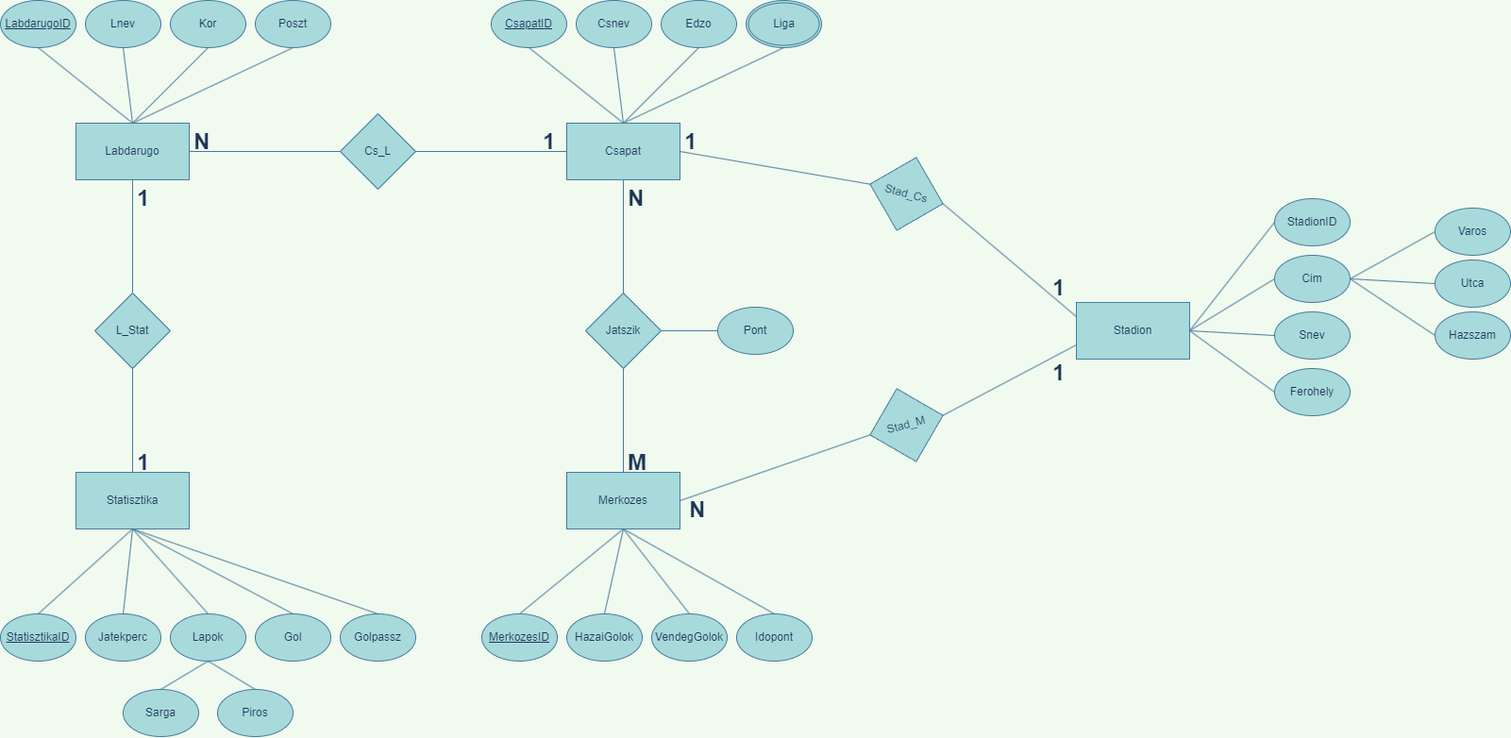
Fbencee/TP0M8Y_XMLGYak keeps this draw.io diagram as XMLTaskTP0M8Y/ERTP0M8Y.png. Above is the earlier version. Source tidied: cells renumbered, new cells last; positions are measured from the earlier drawing's top-left corner, leaving out a move shared by most shapes.
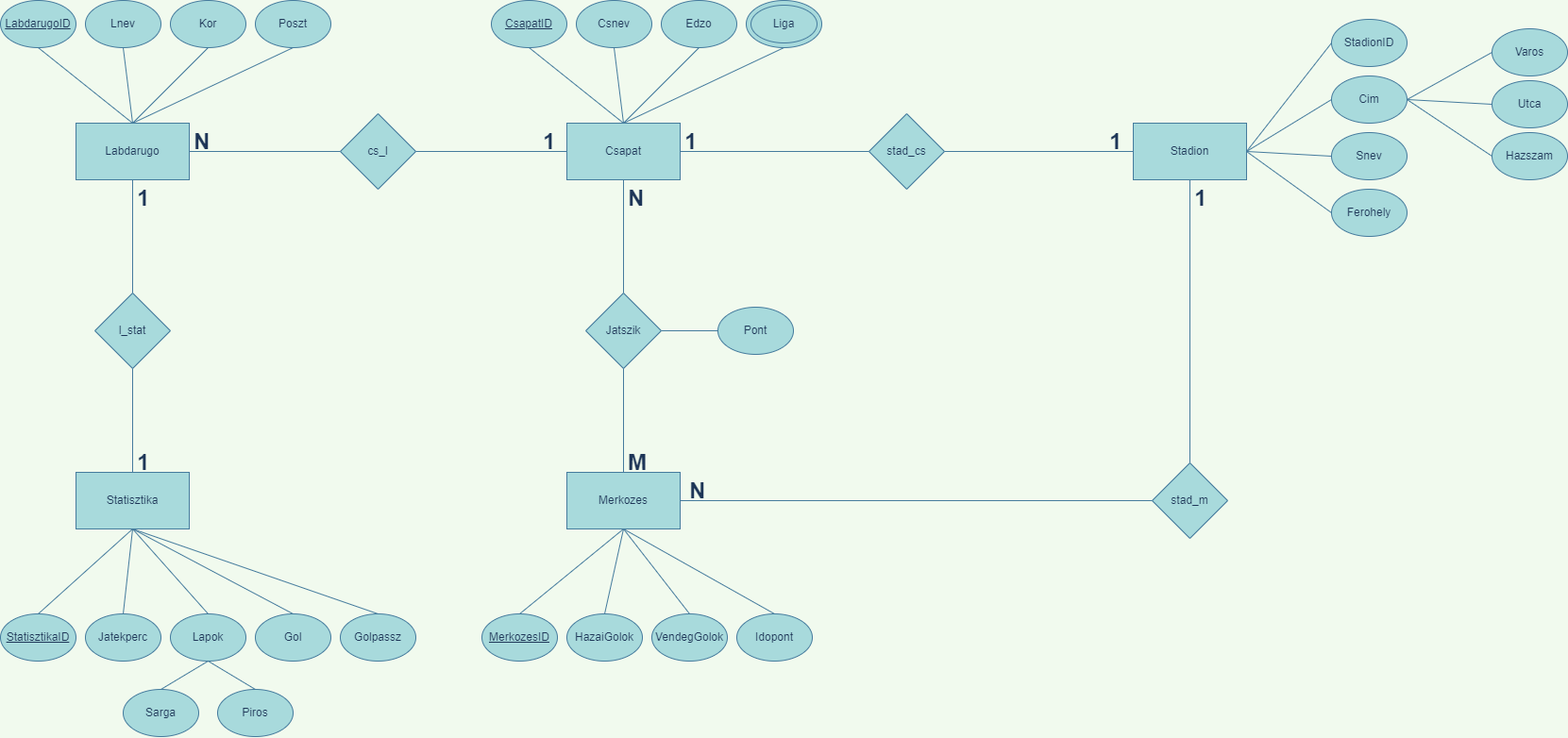
Above is the later version.

The edit, as a diff of the source:
```diff
@@ -8,7 +8,7 @@
     <mxCell id="3" value="Statisztika" style="rounded=0;whiteSpace=wrap;html=1;fillColor=#A8DADC;strokeColor=#457B9D;fontColor=#1D3557;" parent="1" vertex="1">
       <mxGeometry x="80" y="500" width="120" height="60" as="geometry" />
     </mxCell>
-    <mxCell id="4" value="L_Stat" style="rhombus;whiteSpace=wrap;html=1;fillColor=#A8DADC;strokeColor=#457B9D;fontColor=#1D3557;" parent="1" vertex="1">
+    <mxCell id="4" value="l_stat" style="rhombus;whiteSpace=wrap;html=1;fillColor=#A8DADC;strokeColor=#457B9D;fontColor=#1D3557;" parent="1" vertex="1">
       <mxGeometry x="100" y="310" width="80" height="80" as="geometry" />
     </mxCell>
     <mxCell id="5" style="endArrow=none;html=1;rounded=0;exitX=0.5;exitY=0;exitDx=0;exitDy=0;entryX=0.5;entryY=1;entryDx=0;entryDy=0;labelBackgroundColor=#F1FAEE;strokeColor=#457B9D;fontColor=#1D3557;" parent="1" edge="1" source="3" target="4">
@@ -89,7 +89,7 @@
     <mxCell id="30" style="endArrow=none;html=1;rounded=0;entryX=0.5;entryY=1;entryDx=0;entryDy=0;exitX=0.5;exitY=0;exitDx=0;exitDy=0;labelBackgroundColor=#F1FAEE;strokeColor=#457B9D;fontColor=#1D3557;" parent="1" edge="1" source="2" target="26">
       <mxGeometry relative="1" as="geometry" />
     </mxCell>
-    <mxCell id="31" value="Cs_L" style="rhombus;whiteSpace=wrap;html=1;fillColor=#A8DADC;strokeColor=#457B9D;fontColor=#1D3557;" parent="1" vertex="1">
+    <mxCell id="31" value="cs_l" style="rhombus;whiteSpace=wrap;html=1;fillColor=#A8DADC;strokeColor=#457B9D;fontColor=#1D3557;" parent="1" vertex="1">
       <mxGeometry x="360" y="120" width="80" height="80" as="geometry" />
     </mxCell>
     <mxCell id="32" style="endArrow=none;html=1;rounded=0;exitX=1;exitY=0.5;exitDx=0;exitDy=0;entryX=0;entryY=0.5;entryDx=0;entryDy=0;labelBackgroundColor=#F1FAEE;strokeColor=#457B9D;fontColor=#1D3557;" parent="1" edge="1" source="2" target="31">
@@ -116,9 +116,12 @@
     <mxCell id="39" value="Edzo" style="ellipse;whiteSpace=wrap;html=1;fontStyle=0;fillColor=#A8DADC;strokeColor=#457B9D;fontColor=#1D3557;" parent="1" vertex="1">
       <mxGeometry x="700" width="80" height="50" as="geometry" />
     </mxCell>
-    <mxCell id="40" value="Bajnoksag" style="ellipse;whiteSpace=wrap;html=1;fontStyle=0;fillColor=#A8DADC;strokeColor=#457B9D;fontColor=#1D3557;" parent="1" vertex="1">
+    <mxCell id="40" value="Liga" style="ellipse;whiteSpace=wrap;html=1;fontStyle=0;fillColor=#A8DADC;strokeColor=#457B9D;fontColor=#1D3557;" parent="1" vertex="1">
       <mxGeometry x="790" width="80" height="50" as="geometry" />
     </mxCell>
+    <mxCell id="86" value="Liga" style="ellipse;whiteSpace=wrap;html=1;fontStyle=0;fillColor=#A8DADC;strokeColor=#457B9D;fontColor=#1D3557;" parent="1" vertex="1">
+      <mxGeometry x="795" y="5" width="70" height="40" as="geometry" />
+    </mxCell>
     <mxCell id="41" style="endArrow=none;html=1;rounded=0;entryX=0.5;entryY=1;entryDx=0;entryDy=0;exitX=0.5;exitY=0;exitDx=0;exitDy=0;labelBackgroundColor=#F1FAEE;strokeColor=#457B9D;fontColor=#1D3557;" parent="1" edge="1" source="34" target="37">
       <mxGeometry relative="1" as="geometry" />
     </mxCell>
@@ -179,47 +182,47 @@
     <mxCell id="60" style="endArrow=none;html=1;rounded=0;entryX=0.5;entryY=1;entryDx=0;entryDy=0;exitX=0.5;exitY=0;exitDx=0;exitDy=0;labelBackgroundColor=#F1FAEE;strokeColor=#457B9D;fontColor=#1D3557;" parent="1" edge="1" source="56" target="45">
       <mxGeometry relative="1" as="geometry" />
     </mxCell>
-    <mxCell id="61" value="Stad_M" style="rhombus;whiteSpace=wrap;html=1;rotation=-15;fillColor=#A8DADC;strokeColor=#457B9D;fontColor=#1D3557;" parent="1" vertex="1">
-      <mxGeometry x="920" y="410" width="80" height="80" as="geometry" />
+    <mxCell id="61" value="stad_m" style="rhombus;whiteSpace=wrap;html=1;rotation=0;fillColor=#A8DADC;strokeColor=#457B9D;fontColor=#1D3557;" parent="1" vertex="1">
+      <mxGeometry x="1220" y="490" width="80" height="80" as="geometry" />
     </mxCell>
-    <mxCell id="62" value="Stad_Cs" style="rhombus;whiteSpace=wrap;html=1;rotation=15;fillColor=#A8DADC;strokeColor=#457B9D;fontColor=#1D3557;" parent="1" vertex="1">
-      <mxGeometry x="920" y="165" width="80" height="80" as="geometry" />
+    <mxCell id="62" value="stad_cs" style="rhombus;whiteSpace=wrap;html=1;rotation=0;direction=south;fillColor=#A8DADC;strokeColor=#457B9D;fontColor=#1D3557;" parent="1" vertex="1">
+      <mxGeometry x="920" y="120" width="80" height="80" as="geometry" />
     </mxCell>
     <mxCell id="63" value="Stadion" style="rounded=0;whiteSpace=wrap;html=1;fillColor=#A8DADC;strokeColor=#457B9D;fontColor=#1D3557;" parent="1" vertex="1">
-      <mxGeometry x="1140" y="320" width="120" height="60" as="geometry" />
+      <mxGeometry x="1200" y="130" width="120" height="60" as="geometry" />
     </mxCell>
-    <mxCell id="64" style="endArrow=none;html=1;rounded=0;exitX=1;exitY=0.5;exitDx=0;exitDy=0;entryX=0;entryY=0.75;entryDx=0;entryDy=0;labelBackgroundColor=#F1FAEE;strokeColor=#457B9D;fontColor=#1D3557;" parent="1" edge="1" source="61" target="63">
+    <mxCell id="64" style="endArrow=none;html=1;rounded=0;exitX=0.5;exitY=0;exitDx=0;exitDy=0;entryX=0.5;entryY=1;entryDx=0;entryDy=0;labelBackgroundColor=#F1FAEE;strokeColor=#457B9D;fontColor=#1D3557;" parent="1" edge="1" source="61" target="63">
       <mxGeometry relative="1" as="geometry" />
     </mxCell>
     <mxCell id="65" style="endArrow=none;html=1;rounded=0;exitX=0;exitY=0.5;exitDx=0;exitDy=0;entryX=1;entryY=0.5;entryDx=0;entryDy=0;labelBackgroundColor=#F1FAEE;strokeColor=#457B9D;fontColor=#1D3557;" parent="1" edge="1" source="61" target="45">
       <mxGeometry relative="1" as="geometry" />
     </mxCell>
-    <mxCell id="66" style="endArrow=none;html=1;rounded=0;entryX=1;entryY=0.5;entryDx=0;entryDy=0;exitX=0;exitY=0.25;exitDx=0;exitDy=0;labelBackgroundColor=#F1FAEE;strokeColor=#457B9D;fontColor=#1D3557;" parent="1" edge="1" source="63" target="62">
+    <mxCell id="66" style="endArrow=none;html=1;rounded=0;entryX=0.5;entryY=0;entryDx=0;entryDy=0;exitX=0;exitY=0.5;exitDx=0;exitDy=0;labelBackgroundColor=#F1FAEE;strokeColor=#457B9D;fontColor=#1D3557;" parent="1" edge="1" source="63" target="62">
       <mxGeometry relative="1" as="geometry" />
     </mxCell>
-    <mxCell id="67" style="endArrow=none;html=1;rounded=0;exitX=1;exitY=0.5;exitDx=0;exitDy=0;entryX=0;entryY=0.5;entryDx=0;entryDy=0;labelBackgroundColor=#F1FAEE;strokeColor=#457B9D;fontColor=#1D3557;" parent="1" edge="1" source="34" target="62">
+    <mxCell id="67" style="endArrow=none;html=1;rounded=0;exitX=1;exitY=0.5;exitDx=0;exitDy=0;entryX=0.5;entryY=1;entryDx=0;entryDy=0;labelBackgroundColor=#F1FAEE;strokeColor=#457B9D;fontColor=#1D3557;" parent="1" edge="1" source="34" target="62">
       <mxGeometry relative="1" as="geometry" />
     </mxCell>
     <mxCell id="68" value="StadionID" style="ellipse;whiteSpace=wrap;html=1;fontStyle=0;fillColor=#A8DADC;strokeColor=#457B9D;fontColor=#1D3557;" parent="1" vertex="1">
-      <mxGeometry x="1350" y="210" width="80" height="50" as="geometry" />
+      <mxGeometry x="1410" y="20" width="80" height="50" as="geometry" />
     </mxCell>
     <mxCell id="69" value="Cim" style="ellipse;whiteSpace=wrap;html=1;fontStyle=0;fillColor=#A8DADC;strokeColor=#457B9D;fontColor=#1D3557;" parent="1" vertex="1">
-      <mxGeometry x="1350" y="270" width="80" height="50" as="geometry" />
+      <mxGeometry x="1410" y="80" width="80" height="50" as="geometry" />
     </mxCell>
     <mxCell id="70" value="Snev" style="ellipse;whiteSpace=wrap;html=1;fontStyle=0;fillColor=#A8DADC;strokeColor=#457B9D;fontColor=#1D3557;" parent="1" vertex="1">
-      <mxGeometry x="1350" y="330" width="80" height="50" as="geometry" />
+      <mxGeometry x="1410" y="140" width="80" height="50" as="geometry" />
     </mxCell>
     <mxCell id="71" value="Ferohely" style="ellipse;whiteSpace=wrap;html=1;fontStyle=0;fillColor=#A8DADC;strokeColor=#457B9D;fontColor=#1D3557;" parent="1" vertex="1">
-      <mxGeometry x="1350" y="390" width="80" height="50" as="geometry" />
+      <mxGeometry x="1410" y="200" width="80" height="50" as="geometry" />
     </mxCell>
     <mxCell id="72" value="Varos" style="ellipse;whiteSpace=wrap;html=1;fontStyle=0;fillColor=#A8DADC;strokeColor=#457B9D;fontColor=#1D3557;" parent="1" vertex="1">
-      <mxGeometry x="1520" y="220" width="80" height="50" as="geometry" />
+      <mxGeometry x="1580" y="30" width="80" height="50" as="geometry" />
     </mxCell>
     <mxCell id="73" value="Utca" style="ellipse;whiteSpace=wrap;html=1;fontStyle=0;fillColor=#A8DADC;strokeColor=#457B9D;fontColor=#1D3557;" parent="1" vertex="1">
-      <mxGeometry x="1520" y="275" width="80" height="50" as="geometry" />
+      <mxGeometry x="1580" y="85" width="80" height="50" as="geometry" />
     </mxCell>
     <mxCell id="74" value="Hazszam" style="ellipse;whiteSpace=wrap;html=1;fontStyle=0;fillColor=#A8DADC;strokeColor=#457B9D;fontColor=#1D3557;" parent="1" vertex="1">
-      <mxGeometry x="1520" y="330" width="80" height="50" as="geometry" />
+      <mxGeometry x="1580" y="140" width="80" height="50" as="geometry" />
     </mxCell>
     <mxCell id="75" style="endArrow=none;html=1;rounded=0;entryX=0;entryY=0.5;entryDx=0;entryDy=0;exitX=1;exitY=0.5;exitDx=0;exitDy=0;labelBackgroundColor=#F1FAEE;strokeColor=#457B9D;fontColor=#1D3557;" parent="1" edge="1" source="63" target="68">
       <mxGeometry relative="1" as="geometry" />
@@ -242,20 +245,17 @@
     <mxCell id="81" style="endArrow=none;html=1;rounded=0;entryX=0;entryY=0.5;entryDx=0;entryDy=0;exitX=1;exitY=0.5;exitDx=0;exitDy=0;labelBackgroundColor=#F1FAEE;strokeColor=#457B9D;fontColor=#1D3557;" parent="1" edge="1" source="69" target="74">
       <mxGeometry relative="1" as="geometry" />
     </mxCell>
+    <mxCell id="84" value="&lt;h1&gt;1&lt;/h1&gt;" style="text;html=1;strokeColor=none;fillColor=none;spacing=5;spacingTop=-20;whiteSpace=wrap;overflow=hidden;rounded=0;fontColor=#1D3557;" parent="1" vertex="1">
+      <mxGeometry x="720" y="130" width="30" height="30" as="geometry" />
+    </mxCell>
+    <mxCell id="87" value="&lt;h1&gt;1&lt;/h1&gt;" style="text;html=1;strokeColor=none;fillColor=none;spacing=5;spacingTop=-20;whiteSpace=wrap;overflow=hidden;rounded=0;fontColor=#1D3557;" parent="1" vertex="1">
+      <mxGeometry x="1170" y="130" width="30" height="30" as="geometry" />
+    </mxCell>
+    <mxCell id="88" value="&lt;h1&gt;1&lt;/h1&gt;" style="text;html=1;strokeColor=none;fillColor=none;spacing=5;spacingTop=-20;whiteSpace=wrap;overflow=hidden;rounded=0;fontColor=#1D3557;" parent="1" vertex="1">
+      <mxGeometry x="1260" y="190" width="30" height="30" as="geometry" />
+    </mxCell>
     <mxCell id="82" value="&lt;h1&gt;N&lt;/h1&gt;" style="text;html=1;strokeColor=none;fillColor=none;spacing=5;spacingTop=-20;whiteSpace=wrap;overflow=hidden;rounded=0;fontColor=#1D3557;" parent="1" vertex="1">
-      <mxGeometry x="725" y="520" width="30" height="30" as="geometry" />
+      <mxGeometry x="725" y="500" width="30" height="30" as="geometry" />
     </mxCell>
-    <mxCell id="83" value="&lt;h1&gt;1&lt;/h1&gt;" style="text;html=1;strokeColor=none;fillColor=none;spacing=5;spacingTop=-20;whiteSpace=wrap;overflow=hidden;rounded=0;fontColor=#1D3557;" parent="1" vertex="1">
-      <mxGeometry x="1110" y="375" width="30" height="30" as="geometry" />
-    </mxCell>
-    <mxCell id="84" value="&lt;h1&gt;1&lt;/h1&gt;" style="text;html=1;strokeColor=none;fillColor=none;spacing=5;spacingTop=-20;whiteSpace=wrap;overflow=hidden;rounded=0;fontColor=#1D3557;" parent="1" vertex="1">
-      <mxGeometry x="720" y="130" width="30" height="30" as="geometry" />
-    </mxCell>
-    <mxCell id="85" value="&lt;h1&gt;1&lt;/h1&gt;" style="text;html=1;strokeColor=none;fillColor=none;spacing=5;spacingTop=-20;whiteSpace=wrap;overflow=hidden;rounded=0;fontColor=#1D3557;" parent="1" vertex="1">
-      <mxGeometry x="1110" y="285" width="30" height="30" as="geometry" />
-    </mxCell>
-    <mxCell id="86" value="Liga" style="ellipse;whiteSpace=wrap;html=1;strokeColor=#457B9D;fontColor=#1D3557;fillColor=#A8DADC;" parent="1" vertex="1">
-      <mxGeometry x="792.5" y="2.5" width="75" height="45" as="geometry" />
-    </mxCell>
   </root>
 </mxGraphModel>
```
